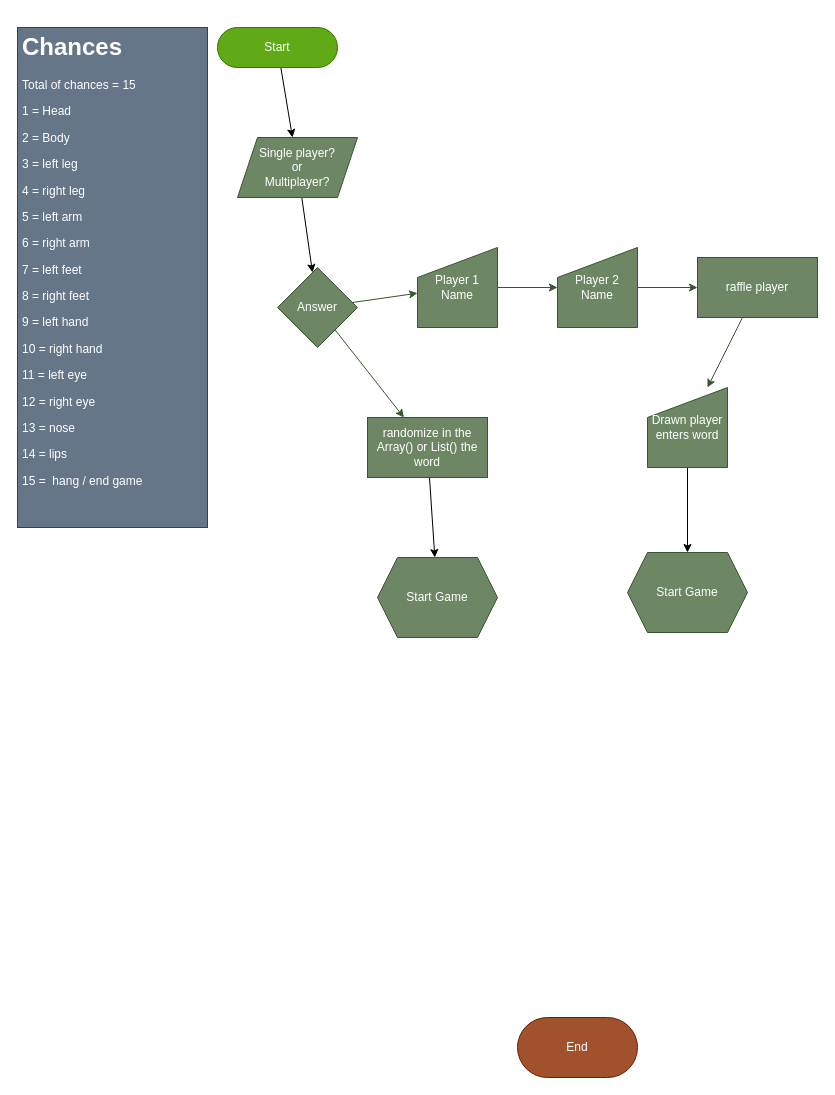
This is jogo-da-forca/Schema.drawio from JorgeFilipe/ws-python, a draw.io file, before an edit. Source tidied: cells renumbered, new cells numbered last; positions are measured from the earlier drawing's top-left corner, leaving out a move shared by most shapes. Both pictures are drawn from the tidied source at 100%, with x=0, y=0 at pixel (17, 27).
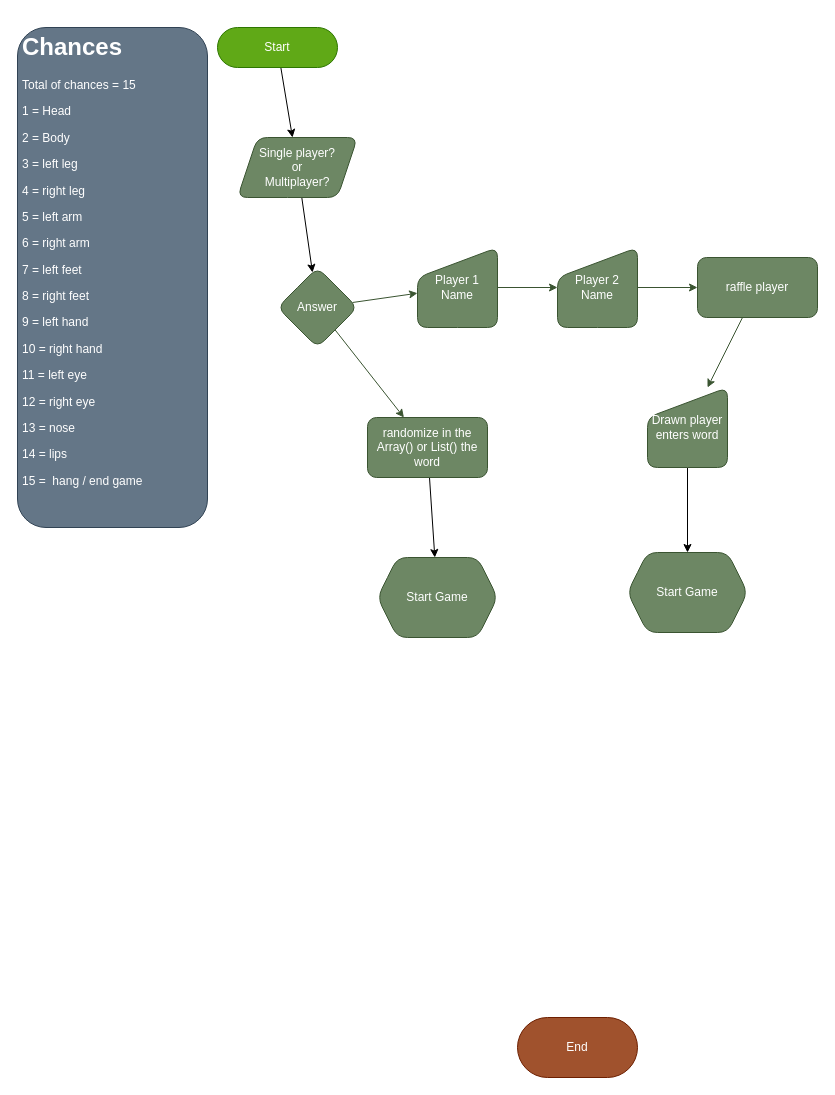
The same page after the edit.

Unchanged cells that the change refers to:
```xml
<mxCell id="3" value="Start" style="rounded=1;whiteSpace=wrap;html=1;arcSize=50;fillColor=#60a917;fontColor=#ffffff;strokeColor=#2D7600;" parent="1" vertex="1">
  <mxGeometry x="200" width="120" height="40" as="geometry" />
</mxCell>
```

The edit, as a diff of the source:
```diff
@@
-    <mxCell id="2" style="edgeStyle=none;html=1;" parent="1" edge="1" source="3" target="5">
+    <mxCell id="2" style="edgeStyle=none;html=1;rounded=1;" parent="1" edge="1" source="3" target="5">
       <mxGeometry relative="1" as="geometry" />
     </mxCell>
@@
-    <mxCell id="4" style="edgeStyle=none;html=1;" parent="1" edge="1" source="5" target="8">
+    <mxCell id="4" style="edgeStyle=none;html=1;rounded=1;" parent="1" edge="1" source="5" target="8">
       <mxGeometry relative="1" as="geometry" />
     </mxCell>
-    <mxCell id="5" value="Single player?&lt;br&gt;or&lt;br&gt;Multiplayer?" style="shape=parallelogram;perimeter=parallelogramPerimeter;whiteSpace=wrap;html=1;fixedSize=1;size=20;fillColor=#6d8764;fontColor=#ffffff;strokeColor=#3A5431;" parent="1" vertex="1">
+    <mxCell id="5" value="Single player?&lt;br&gt;or&lt;br&gt;Multiplayer?" style="shape=parallelogram;perimeter=parallelogramPerimeter;whiteSpace=wrap;html=1;fixedSize=1;size=20;fillColor=#6d8764;fontColor=#ffffff;strokeColor=#3A5431;rounded=1;" parent="1" vertex="1">
       <mxGeometry x="220" y="110" width="120" height="60" as="geometry" />
     </mxCell>
-    <mxCell id="6" style="edgeStyle=none;html=1;fillColor=#6d8764;strokeColor=#3A5431;" parent="1" edge="1" source="8" target="12">
+    <mxCell id="6" style="edgeStyle=none;html=1;fillColor=#6d8764;strokeColor=#3A5431;rounded=1;" parent="1" edge="1" source="8" target="12">
       <mxGeometry relative="1" as="geometry" />
     </mxCell>
-    <mxCell id="7" style="edgeStyle=none;html=1;fillColor=#6d8764;strokeColor=#3A5431;" parent="1" edge="1" source="8" target="18">
+    <mxCell id="7" style="edgeStyle=none;html=1;fillColor=#6d8764;strokeColor=#3A5431;rounded=1;" parent="1" edge="1" source="8" target="18">
       <mxGeometry relative="1" as="geometry" />
     </mxCell>
-    <mxCell id="8" value="Answer" style="rhombus;whiteSpace=wrap;html=1;fillColor=#6d8764;fontColor=#ffffff;strokeColor=#3A5431;" parent="1" vertex="1">
+    <mxCell id="8" value="Answer" style="rhombus;whiteSpace=wrap;html=1;fillColor=#6d8764;fontColor=#ffffff;strokeColor=#3A5431;rounded=1;" parent="1" vertex="1">
       <mxGeometry x="260" y="240" width="80" height="80" as="geometry" />
     </mxCell>
-    <mxCell id="9" style="edgeStyle=none;html=1;fillColor=#6d8764;strokeColor=#3A5431;" parent="1" edge="1" source="10" target="14">
+    <mxCell id="9" style="edgeStyle=none;html=1;fillColor=#6d8764;strokeColor=#3A5431;rounded=1;" parent="1" edge="1" source="10" target="14">
       <mxGeometry relative="1" as="geometry" />
     </mxCell>
-    <mxCell id="10" value="Player 2 Name" style="shape=manualInput;whiteSpace=wrap;html=1;fillColor=#6d8764;fontColor=#ffffff;strokeColor=#3A5431;" parent="1" vertex="1">
+    <mxCell id="10" value="Player 2 Name" style="shape=manualInput;whiteSpace=wrap;html=1;fillColor=#6d8764;fontColor=#ffffff;strokeColor=#3A5431;rounded=1;" parent="1" vertex="1">
       <mxGeometry x="540" y="220" width="80" height="80" as="geometry" />
     </mxCell>
-    <mxCell id="11" style="edgeStyle=none;html=1;fillColor=#6d8764;strokeColor=#3A5431;" parent="1" edge="1" source="12" target="10">
+    <mxCell id="11" style="edgeStyle=none;html=1;fillColor=#6d8764;strokeColor=#3A5431;rounded=1;" parent="1" edge="1" source="12" target="10">
       <mxGeometry relative="1" as="geometry" />
     </mxCell>
-    <mxCell id="12" value="Player 1&lt;br&gt;Name" style="shape=manualInput;whiteSpace=wrap;html=1;fillColor=#6d8764;fontColor=#ffffff;strokeColor=#3A5431;" parent="1" vertex="1">
+    <mxCell id="12" value="Player 1&lt;br&gt;Name" style="shape=manualInput;whiteSpace=wrap;html=1;fillColor=#6d8764;fontColor=#ffffff;strokeColor=#3A5431;rounded=1;" parent="1" vertex="1">
       <mxGeometry x="400" y="220" width="80" height="80" as="geometry" />
     </mxCell>
-    <mxCell id="13" style="edgeStyle=none;html=1;fillColor=#6d8764;strokeColor=#3A5431;" parent="1" edge="1" source="14" target="16">
+    <mxCell id="13" style="edgeStyle=none;html=1;fillColor=#6d8764;strokeColor=#3A5431;rounded=1;" parent="1" edge="1" source="14" target="16">
       <mxGeometry relative="1" as="geometry" />
     </mxCell>
-    <mxCell id="14" value="raffle player" style="whiteSpace=wrap;html=1;fillColor=#6d8764;fontColor=#ffffff;strokeColor=#3A5431;" parent="1" vertex="1">
+    <mxCell id="14" value="raffle player" style="whiteSpace=wrap;html=1;fillColor=#6d8764;fontColor=#ffffff;strokeColor=#3A5431;rounded=1;" parent="1" vertex="1">
       <mxGeometry x="680" y="230" width="120" height="60" as="geometry" />
     </mxCell>
-    <mxCell id="15" style="edgeStyle=none;html=1;" parent="1" edge="1" source="16" target="22">
+    <mxCell id="15" style="edgeStyle=none;html=1;rounded=1;" parent="1" edge="1" source="16" target="22">
       <mxGeometry relative="1" as="geometry" />
     </mxCell>
-    <mxCell id="16" value="Drawn player enters word" style="shape=manualInput;whiteSpace=wrap;html=1;fillColor=#6d8764;fontColor=#ffffff;strokeColor=#3A5431;" parent="1" vertex="1">
+    <mxCell id="16" value="Drawn player enters word" style="shape=manualInput;whiteSpace=wrap;html=1;fillColor=#6d8764;fontColor=#ffffff;strokeColor=#3A5431;rounded=1;" parent="1" vertex="1">
       <mxGeometry x="630" y="360" width="80" height="80" as="geometry" />
     </mxCell>
-    <mxCell id="17" style="edgeStyle=none;html=1;" parent="1" edge="1" source="18" target="19">
+    <mxCell id="17" style="edgeStyle=none;html=1;rounded=1;" parent="1" edge="1" source="18" target="19">
       <mxGeometry relative="1" as="geometry" />
     </mxCell>
-    <mxCell id="18" value="randomize in the Array() or List() the word" style="whiteSpace=wrap;html=1;fillColor=#6d8764;fontColor=#ffffff;strokeColor=#3A5431;" parent="1" vertex="1">
+    <mxCell id="18" value="randomize in the Array() or List() the word" style="whiteSpace=wrap;html=1;fillColor=#6d8764;fontColor=#ffffff;strokeColor=#3A5431;rounded=1;" parent="1" vertex="1">
       <mxGeometry x="350" y="390" width="120" height="60" as="geometry" />
     </mxCell>
-    <mxCell id="19" value="Start Game" style="shape=hexagon;perimeter=hexagonPerimeter2;whiteSpace=wrap;html=1;fixedSize=1;fillColor=#6d8764;strokeColor=#3A5431;fontColor=#ffffff;" parent="1" vertex="1">
+    <mxCell id="19" value="Start Game" style="shape=hexagon;perimeter=hexagonPerimeter2;whiteSpace=wrap;html=1;fixedSize=1;fillColor=#6d8764;strokeColor=#3A5431;fontColor=#ffffff;rounded=1;" parent="1" vertex="1">
       <mxGeometry x="360" y="530" width="120" height="80" as="geometry" />
     </mxCell>
-    <mxCell id="20" value="&lt;h1&gt;Chances&lt;/h1&gt;&lt;p&gt;Total of chances = 15&lt;/p&gt;&lt;p&gt;1 = Head&lt;/p&gt;&lt;p&gt;2 = Body&lt;/p&gt;&lt;p&gt;3 = left leg&amp;nbsp;&lt;/p&gt;&lt;p&gt;4 = right leg&lt;/p&gt;&lt;p&gt;5 = left arm&lt;/p&gt;&lt;p&gt;6 = right arm&lt;/p&gt;&lt;p&gt;7 = left feet&lt;/p&gt;&lt;p&gt;8 = right feet&lt;/p&gt;&lt;p&gt;9 = left hand&lt;/p&gt;&lt;p&gt;10 = right hand&lt;/p&gt;&lt;p&gt;11 = left eye&lt;/p&gt;&lt;p&gt;12 = right eye&lt;/p&gt;&lt;p&gt;13 = nose&lt;/p&gt;&lt;p&gt;14 = lips&lt;/p&gt;&lt;p&gt;15 =&amp;nbsp; hang / end game&lt;/p&gt;" style="text;html=1;strokeColor=#314354;fillColor=#647687;spacing=5;spacingTop=-20;whiteSpace=wrap;overflow=hidden;rounded=0;fontColor=#ffffff;" parent="1" vertex="1">
+    <mxCell id="20" value="&lt;h1&gt;Chances&lt;/h1&gt;&lt;p&gt;Total of chances = 15&lt;/p&gt;&lt;p&gt;1 = Head&lt;/p&gt;&lt;p&gt;2 = Body&lt;/p&gt;&lt;p&gt;3 = left leg&amp;nbsp;&lt;/p&gt;&lt;p&gt;4 = right leg&lt;/p&gt;&lt;p&gt;5 = left arm&lt;/p&gt;&lt;p&gt;6 = right arm&lt;/p&gt;&lt;p&gt;7 = left feet&lt;/p&gt;&lt;p&gt;8 = right feet&lt;/p&gt;&lt;p&gt;9 = left hand&lt;/p&gt;&lt;p&gt;10 = right hand&lt;/p&gt;&lt;p&gt;11 = left eye&lt;/p&gt;&lt;p&gt;12 = right eye&lt;/p&gt;&lt;p&gt;13 = nose&lt;/p&gt;&lt;p&gt;14 = lips&lt;/p&gt;&lt;p&gt;15 =&amp;nbsp; hang / end game&lt;/p&gt;" style="text;html=1;strokeColor=#314354;fillColor=#647687;spacing=5;spacingTop=-20;whiteSpace=wrap;overflow=hidden;rounded=1;fontColor=#ffffff;" parent="1" vertex="1">
       <mxGeometry width="190" height="500" as="geometry" />
     </mxCell>
@@
-    <mxCell id="22" value="Start Game" style="shape=hexagon;perimeter=hexagonPerimeter2;whiteSpace=wrap;html=1;fixedSize=1;fillColor=#6d8764;strokeColor=#3A5431;fontColor=#ffffff;" parent="1" vertex="1">
+    <mxCell id="22" value="Start Game" style="shape=hexagon;perimeter=hexagonPerimeter2;whiteSpace=wrap;html=1;fixedSize=1;fillColor=#6d8764;strokeColor=#3A5431;fontColor=#ffffff;rounded=1;" parent="1" vertex="1">
       <mxGeometry x="610" y="525" width="120" height="80" as="geometry" />
     </mxCell>
```
